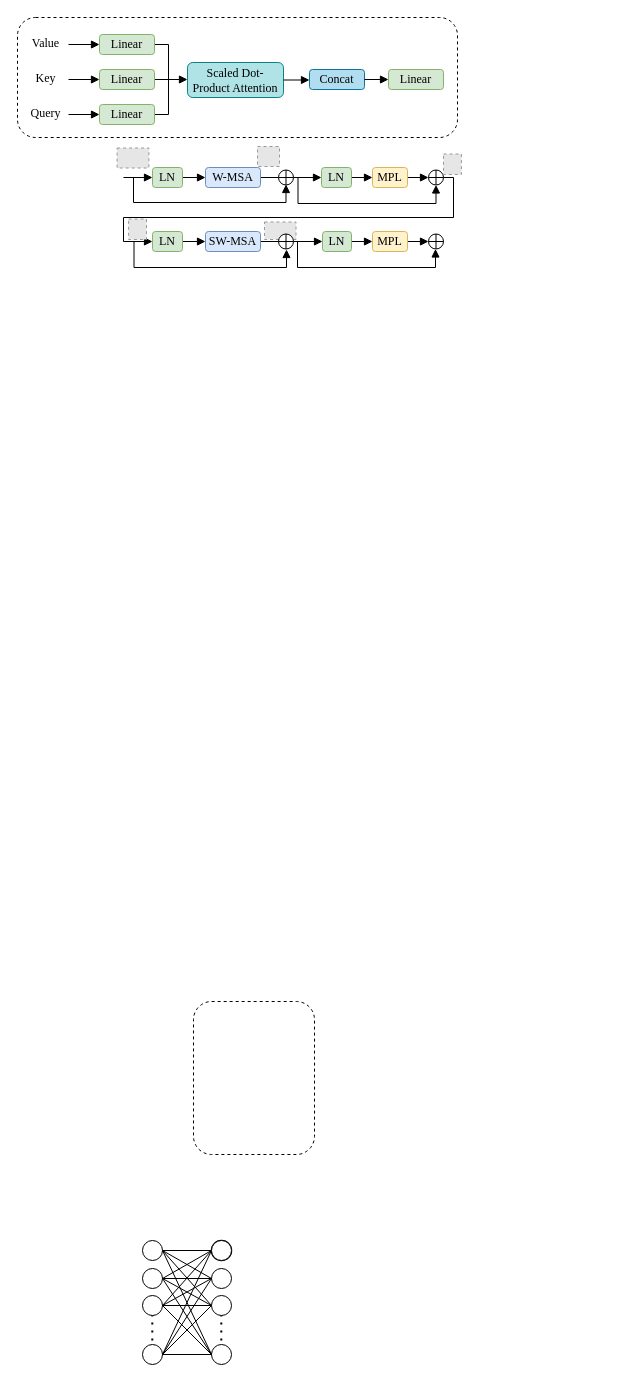
Earlier version of the draw.io diagram page "Page-6" (6 of 6) of semi_supervise.drawio (qiuluyi/Remote-sensing). Source tidied: cells renumbered, new cells numbered last; positions are measured from the earlier drawing's top-left corner, leaving out a move shared by most shapes. Both pictures are drawn from the tidied source at 100%, with x=0, y=0 at pixel (17, 17). Pictures stored in the file or linked from it are replaced by grey dashed boxes.
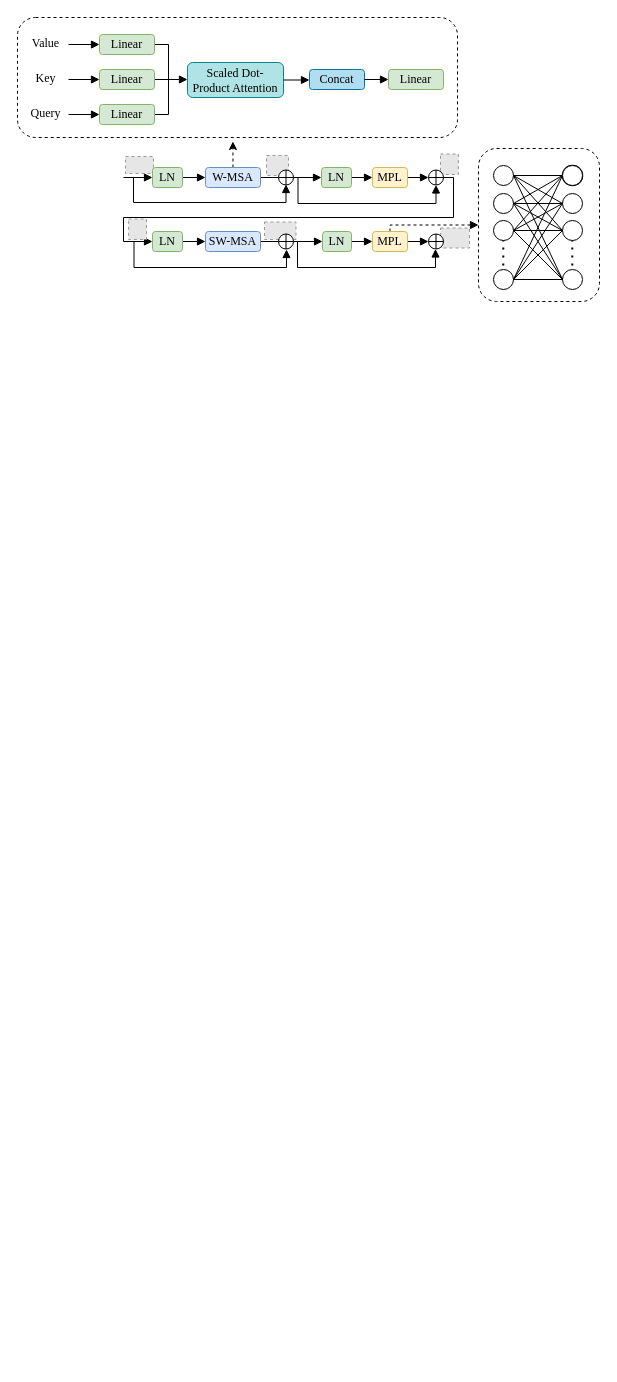
Above is the later version.

Unchanged cells that the change refers to:
```xml
<mxCell id="35" value="&lt;font style=&quot;font-size: 12px&quot; face=&quot;Times New Roman&quot;&gt;W-MSA&lt;/font&gt;" style="rounded=1;whiteSpace=wrap;html=1;fillColor=#dae8fc;strokeColor=#6c8ebf;" parent="1" vertex="1">
  <mxGeometry x="188" y="150" width="55" height="20" as="geometry" />
</mxCell>
<mxCell id="51" value="&lt;span style=&quot;font-family: &amp;#34;times new roman&amp;#34;&quot;&gt;MPL&lt;/span&gt;" style="rounded=1;whiteSpace=wrap;html=1;fillColor=#fff2cc;strokeColor=#d6b656;" parent="1" vertex="1">
  <mxGeometry x="355" y="214" width="35" height="20" as="geometry" />
</mxCell>
```

Change to the diagram source:
```diff
@@
+    <mxCell id="80" style="fillColor=#E6E6E6;strokeColor=#999999;dashed=1;verticalLabelPosition=bottom;labelBackgroundColor=default;verticalAlign=top;" parent="1" vertex="1">
+      <mxGeometry x="423" y="210.5" width="29" height="20" as="geometry" />
+    </mxCell>
+    <mxCell id="78" style="fillColor=#E6E6E6;strokeColor=#999999;dashed=1;verticalLabelPosition=bottom;labelBackgroundColor=default;verticalAlign=top;" parent="1" vertex="1">
+      <mxGeometry x="423" y="136.5" width="17.9" height="20.5" as="geometry" />
+    </mxCell>
+    <mxCell id="77" style="fillColor=#E6E6E6;strokeColor=#999999;dashed=1;verticalLabelPosition=bottom;labelBackgroundColor=default;verticalAlign=top;" parent="1" vertex="1">
+      <mxGeometry x="249" y="138" width="22" height="20" as="geometry" />
+    </mxCell>
+    <mxCell id="81" style="fillColor=#E6E6E6;strokeColor=#999999;dashed=1;verticalLabelPosition=bottom;labelBackgroundColor=default;verticalAlign=top;" parent="1" vertex="1">
+      <mxGeometry x="108" y="139" width="28" height="17" as="geometry" />
+    </mxCell>
@@
     <mxCell id="4" style="rounded=1;whiteSpace=wrap;html=1;fontFamily=Times New Roman;fontSize=18;strokeWidth=1;dashed=1;" parent="1" vertex="1">
-      <mxGeometry x="176" y="984" width="121" height="153" as="geometry" />
+      <mxGeometry x="461" y="131" width="121" height="153" as="geometry" />
     </mxCell>
     <mxCell id="5" style="ellipse;whiteSpace=wrap;html=1;rounded=1;fontFamily=Times New Roman;fontSize=18;strokeWidth=1;" parent="1" vertex="1">
-      <mxGeometry x="125" y="1223" width="20" height="20" as="geometry" />
+      <mxGeometry x="476" y="148" width="20" height="20" as="geometry" />
     </mxCell>
     <mxCell id="6" style="ellipse;whiteSpace=wrap;html=1;rounded=1;fontFamily=Times New Roman;fontSize=18;strokeWidth=1;" parent="1" vertex="1">
-      <mxGeometry x="125" y="1251" width="20" height="20" as="geometry" />
+      <mxGeometry x="476" y="176" width="20" height="20" as="geometry" />
     </mxCell>
     <mxCell id="7" style="ellipse;whiteSpace=wrap;html=1;rounded=1;fontFamily=Times New Roman;fontSize=18;strokeWidth=1;" parent="1" vertex="1">
-      <mxGeometry x="125" y="1278" width="20" height="20" as="geometry" />
+      <mxGeometry x="476" y="203" width="20" height="20" as="geometry" />
     </mxCell>
     <mxCell id="8" style="ellipse;whiteSpace=wrap;html=1;rounded=1;fontFamily=Times New Roman;fontSize=18;strokeWidth=1;" parent="1" vertex="1">
-      <mxGeometry x="125" y="1327" width="20" height="20" as="geometry" />
+      <mxGeometry x="476" y="252" width="20" height="20" as="geometry" />
     </mxCell>
     <mxCell id="9" style="endArrow=none;dashed=1;html=1;dashPattern=1 3;strokeWidth=2;rounded=0;fontFamily=Times New Roman;fontSize=18;" parent="1" edge="1">
       <mxGeometry relative="1" as="geometry">
-        <mxPoint x="134.8" y="1323" as="sourcePoint" />
-        <mxPoint x="134.8" y="1298" as="targetPoint" />
+        <mxPoint x="485.8" y="248" as="sourcePoint" />
+        <mxPoint x="485.8" y="223" as="targetPoint" />
       </mxGeometry>
     </mxCell>
     <mxCell id="10" style="ellipse;whiteSpace=wrap;html=1;rounded=1;fontFamily=Times New Roman;fontSize=18;strokeWidth=1.5;" parent="1" vertex="1">
-      <mxGeometry x="194" y="1223" width="20" height="20" as="geometry" />
+      <mxGeometry x="545" y="148" width="20" height="20" as="geometry" />
     </mxCell>
     <mxCell id="11" style="ellipse;whiteSpace=wrap;html=1;rounded=1;fontFamily=Times New Roman;fontSize=18;strokeWidth=1;" parent="1" vertex="1">
-      <mxGeometry x="194" y="1251" width="20" height="20" as="geometry" />
+      <mxGeometry x="545" y="176" width="20" height="20" as="geometry" />
     </mxCell>
     <mxCell id="12" style="ellipse;whiteSpace=wrap;html=1;rounded=1;fontFamily=Times New Roman;fontSize=18;strokeWidth=1;" parent="1" vertex="1">
-      <mxGeometry x="194" y="1278" width="20" height="20" as="geometry" />
+      <mxGeometry x="545" y="203" width="20" height="20" as="geometry" />
     </mxCell>
     <mxCell id="13" style="ellipse;whiteSpace=wrap;html=1;rounded=1;fontFamily=Times New Roman;fontSize=18;strokeWidth=1;" parent="1" vertex="1">
-      <mxGeometry x="194" y="1327" width="20" height="20" as="geometry" />
+      <mxGeometry x="545" y="252" width="20" height="20" as="geometry" />
     </mxCell>
     <mxCell id="14" style="endArrow=none;dashed=1;html=1;dashPattern=1 3;strokeWidth=2;rounded=0;fontFamily=Times New Roman;fontSize=18;" parent="1" edge="1">
       <mxGeometry relative="1" as="geometry">
-        <mxPoint x="203.8" y="1323" as="sourcePoint" />
-        <mxPoint x="203.8" y="1298" as="targetPoint" />
+        <mxPoint x="554.8" y="248" as="sourcePoint" />
+        <mxPoint x="554.8" y="223" as="targetPoint" />
       </mxGeometry>
     </mxCell>
     <mxCell id="15" style="endArrow=none;html=1;rounded=0;fontFamily=Times New Roman;fontSize=18;strokeWidth=1;entryX=0;entryY=0.5;entryDx=0;entryDy=0;endFill=0;" parent="1" edge="1" target="11">
       <mxGeometry relative="1" as="geometry">
-        <mxPoint x="145" y="1233" as="sourcePoint" />
+        <mxPoint x="496" y="158" as="sourcePoint" />
       </mxGeometry>
     </mxCell>
@@
     <mxCell id="17" style="endArrow=none;html=1;rounded=0;fontFamily=Times New Roman;fontSize=18;strokeWidth=1;entryX=0;entryY=0.5;entryDx=0;entryDy=0;endFill=0;" parent="1" edge="1" target="13">
       <mxGeometry relative="1" as="geometry">
-        <mxPoint x="145" y="1233" as="sourcePoint" />
+        <mxPoint x="496" y="158" as="sourcePoint" />
       </mxGeometry>
     </mxCell>
@@
     <mxCell id="31" style="ellipse;whiteSpace=wrap;html=1;rounded=1;fontFamily=Times New Roman;fontSize=18;strokeWidth=1;" parent="1" vertex="1">
-      <mxGeometry x="194" y="1223" width="20" height="20" as="geometry" />
+      <mxGeometry x="545" y="148" width="20" height="20" as="geometry" />
     </mxCell>
@@
+    <mxCell id="82" style="edgeStyle=orthogonalEdgeStyle;rounded=0;jettySize=auto;html=1;exitX=0.5;exitY=0;exitDx=0;exitDy=0;strokeWidth=1;dashed=1;" parent="1" edge="1" source="35">
+      <mxGeometry relative="1" as="geometry">
+        <mxPoint x="215.4" y="124" as="targetPoint" />
+      </mxGeometry>
+    </mxCell>
@@
+    <mxCell id="83" style="edgeStyle=orthogonalEdgeStyle;rounded=0;jettySize=auto;html=1;exitX=0.5;exitY=0;exitDx=0;exitDy=0;dashed=1;endArrow=block;endFill=1;strokeWidth=1;entryX=0;entryY=0.5;entryDx=0;entryDy=0;" parent="1" edge="1" source="51" target="4">
+      <mxGeometry relative="1" as="geometry">
+        <Array as="points">
+          <mxPoint x="372" y="208" />
+          <mxPoint x="461" y="208" />
+        </Array>
+      </mxGeometry>
+    </mxCell>
@@
-    <mxCell id="76" style="fillColor=#E6E6E6;strokeColor=#999999;dashed=1;verticalLabelPosition=bottom;labelBackgroundColor=default;verticalAlign=top;" parent="1" vertex="1">
-      <mxGeometry x="99.6" y="130.5" width="31.8" height="20" as="geometry" />
-    </mxCell>
-    <mxCell id="77" style="fillColor=#E6E6E6;strokeColor=#999999;dashed=1;verticalLabelPosition=bottom;labelBackgroundColor=default;verticalAlign=top;" parent="1" vertex="1">
-      <mxGeometry x="240" y="129" width="22" height="20" as="geometry" />
-    </mxCell>
-    <mxCell id="78" style="fillColor=#E6E6E6;strokeColor=#999999;dashed=1;verticalLabelPosition=bottom;labelBackgroundColor=default;verticalAlign=top;" parent="1" vertex="1">
-      <mxGeometry x="426" y="136.5" width="17.9" height="20.5" as="geometry" />
-    </mxCell>
```
